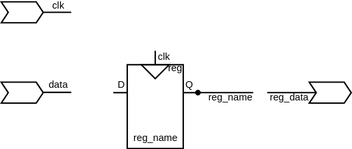
Earlier version of the draw.io export .pic/Basic Verilog structures/registers/fig_03.drawio.svg (MPSU/APS). Source tidied: cells renumbered, new cells last; positions are measured from the earlier drawing's top-left corner, leaving out a move shared by most shapes. The source it was exported from:
```xml
<mxGraphModel>
  <root>
    <mxCell id="0" />
    <mxCell id="1" parent="0" />
    <mxCell id="2" value="&lt;font style=&quot;font-size: 7px;&quot;&gt;reg_name&lt;/font&gt;" style="rounded=0;whiteSpace=wrap;html=1;verticalAlign=bottom;spacingBottom=0;fillColor=none;" parent="1" vertex="1">
      <mxGeometry x="89.5" y="45" width="40" height="60" as="geometry" />
    </mxCell>
    <mxCell id="3" value="reg" style="text;html=1;strokeColor=none;fillColor=none;align=center;verticalAlign=middle;whiteSpace=wrap;rounded=0;fontSize=7;" parent="1" vertex="1">
      <mxGeometry x="116.5" y="44" width="14" height="8" as="geometry" />
    </mxCell>
    <mxCell id="4" style="endArrow=none;html=1;rounded=0;fontSize=7;" parent="1" edge="1">
      <mxGeometry relative="1" as="geometry">
        <mxPoint x="89.5" y="65" as="sourcePoint" />
        <mxPoint x="79.5" y="65" as="targetPoint" />
      </mxGeometry>
    </mxCell>
    <mxCell id="5" style="endArrow=none;html=1;rounded=0;fontSize=7;" parent="1" edge="1">
      <mxGeometry relative="1" as="geometry">
        <mxPoint x="139.5" y="65" as="sourcePoint" />
        <mxPoint x="129.5" y="65" as="targetPoint" />
      </mxGeometry>
    </mxCell>
    <mxCell id="6" style="endArrow=none;html=1;rounded=0;fontSize=7;" parent="1" edge="1">
      <mxGeometry relative="1" as="geometry">
        <mxPoint x="109.5" y="45" as="sourcePoint" />
        <mxPoint x="109.5" y="35" as="targetPoint" />
      </mxGeometry>
    </mxCell>
    <mxCell id="7" style="triangle;whiteSpace=wrap;html=1;fontSize=7;rotation=90;fillColor=none;" parent="1" vertex="1">
      <mxGeometry x="104.5" y="40" width="10" height="20" as="geometry" />
    </mxCell>
    <mxCell id="8" value="D" style="text;html=1;strokeColor=none;fillColor=none;align=center;verticalAlign=middle;whiteSpace=wrap;rounded=0;fontSize=7;" parent="1" vertex="1">
      <mxGeometry x="82.5" y="55" width="5" height="10" as="geometry" />
    </mxCell>
    <mxCell id="9" value="Q" style="text;html=1;strokeColor=none;fillColor=none;align=center;verticalAlign=middle;whiteSpace=wrap;rounded=0;fontSize=7;" parent="1" vertex="1">
      <mxGeometry x="130.5" y="55" width="6" height="10" as="geometry" />
    </mxCell>
    <mxCell id="10" value="clk" style="text;html=1;strokeColor=none;fillColor=none;align=center;verticalAlign=middle;whiteSpace=wrap;rounded=0;fontSize=7;" parent="1" vertex="1">
      <mxGeometry x="110.5" y="35" width="10" height="10" as="geometry" />
    </mxCell>
    <mxCell id="11" style="endArrow=none;html=1;rounded=0;fontSize=7;startArrow=oval;startFill=1;startSize=3;" parent="1" edge="1">
      <mxGeometry relative="1" as="geometry">
        <mxPoint x="140" y="65" as="sourcePoint" />
        <mxPoint x="179.5" y="65" as="targetPoint" />
      </mxGeometry>
    </mxCell>
    <mxCell id="12" value="&lt;font style=&quot;font-size: 7px;&quot;&gt;reg_name&lt;/font&gt;" style="edgeLabel;html=1;align=center;verticalAlign=middle;fontSize=7;labelBackgroundColor=none;" parent="11" vertex="1">
      <mxGeometry x="0.13" relative="1" as="geometry">
        <mxPoint y="3" as="offset" />
      </mxGeometry>
    </mxCell>
    <mxCell id="13" style="shape=step;perimeter=stepPerimeter;whiteSpace=wrap;html=1;fixedSize=1;labelBackgroundColor=#CB9EFF;fontSize=7;fillColor=none;size=5;" parent="1" vertex="1">
      <mxGeometry x="-0.5" width="30" height="15" as="geometry" />
    </mxCell>
    <mxCell id="14" style="shape=step;perimeter=stepPerimeter;whiteSpace=wrap;html=1;fixedSize=1;labelBackgroundColor=#CB9EFF;fontSize=7;fillColor=none;size=5;" parent="1" vertex="1">
      <mxGeometry x="-0.5" y="57.5" width="30" height="15" as="geometry" />
    </mxCell>
    <mxCell id="15" style="endArrow=none;html=1;rounded=0;fontSize=7;" parent="1" edge="1">
      <mxGeometry relative="1" as="geometry">
        <mxPoint x="49.5" y="64.8" as="sourcePoint" />
        <mxPoint x="29.5" y="64.8" as="targetPoint" />
      </mxGeometry>
    </mxCell>
    <mxCell id="16" value="data" style="edgeLabel;html=1;align=center;verticalAlign=middle;fontSize=7;labelBackgroundColor=none;" parent="15" vertex="1">
      <mxGeometry x="0.2" relative="1" as="geometry">
        <mxPoint x="2" y="-5" as="offset" />
      </mxGeometry>
    </mxCell>
    <mxCell id="17" style="endArrow=none;html=1;rounded=0;fontSize=7;" parent="1" edge="1">
      <mxGeometry relative="1" as="geometry">
        <mxPoint x="29.5" y="7.5" as="sourcePoint" />
        <mxPoint x="49.5" y="7.5" as="targetPoint" />
      </mxGeometry>
    </mxCell>
    <mxCell id="18" value="&lt;div&gt;clk&lt;/div&gt;" style="edgeLabel;html=1;align=center;verticalAlign=middle;fontSize=7;labelBackgroundColor=none;" parent="17" vertex="1">
      <mxGeometry x="0.4" y="-1" relative="1" as="geometry">
        <mxPoint x="-4" y="-6" as="offset" />
      </mxGeometry>
    </mxCell>
    <mxCell id="19" style="shape=step;perimeter=stepPerimeter;whiteSpace=wrap;html=1;fixedSize=1;labelBackgroundColor=#CB9EFF;fontSize=7;fillColor=none;size=5;" parent="1" vertex="1">
      <mxGeometry x="219.5" y="57.5" width="30" height="15" as="geometry" />
    </mxCell>
    <mxCell id="20" style="endArrow=none;html=1;rounded=0;fontSize=7;" parent="1" edge="1">
      <mxGeometry relative="1" as="geometry">
        <mxPoint x="224.5" y="65" as="sourcePoint" />
        <mxPoint x="189.5" y="65" as="targetPoint" />
      </mxGeometry>
    </mxCell>
    <mxCell id="21" value="reg_data" style="edgeLabel;html=1;align=center;verticalAlign=middle;fontSize=7;labelBackgroundColor=none;" parent="20" vertex="1">
      <mxGeometry x="0.2" relative="1" as="geometry">
        <mxPoint x="1" y="3" as="offset" />
      </mxGeometry>
    </mxCell>
  </root>
</mxGraphModel>
```
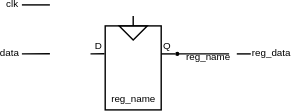
The same diagram one commit later.

What changed in the source:
```diff
@@ -3,93 +3,73 @@
     <mxCell id="0" />
     <mxCell id="1" parent="0" />
     <mxCell id="2" value="&lt;font style=&quot;font-size: 7px;&quot;&gt;reg_name&lt;/font&gt;" style="rounded=0;whiteSpace=wrap;html=1;verticalAlign=bottom;spacingBottom=0;fillColor=none;" parent="1" vertex="1">
-      <mxGeometry x="89.5" y="45" width="40" height="60" as="geometry" />
+      <mxGeometry x="95.5" y="7" width="40" height="60" as="geometry" />
     </mxCell>
-    <mxCell id="3" value="reg" style="text;html=1;strokeColor=none;fillColor=none;align=center;verticalAlign=middle;whiteSpace=wrap;rounded=0;fontSize=7;" parent="1" vertex="1">
-      <mxGeometry x="116.5" y="44" width="14" height="8" as="geometry" />
+    <mxCell id="3" style="endArrow=none;html=1;rounded=0;fontSize=7;" parent="1" edge="1">
+      <mxGeometry relative="1" as="geometry">
+        <mxPoint x="145.5" y="27" as="sourcePoint" />
+        <mxPoint x="135.5" y="27" as="targetPoint" />
+      </mxGeometry>
     </mxCell>
-    <mxCell id="4" style="endArrow=none;html=1;rounded=0;fontSize=7;" parent="1" edge="1">
+    <mxCell id="4" style="edgeStyle=orthogonalEdgeStyle;rounded=0;orthogonalLoop=1;jettySize=auto;html=1;endArrow=none;endFill=0;" parent="1" edge="1">
       <mxGeometry relative="1" as="geometry">
-        <mxPoint x="89.5" y="65" as="sourcePoint" />
-        <mxPoint x="79.5" y="65" as="targetPoint" />
+        <mxPoint x="56" y="-8" as="sourcePoint" />
+        <mxPoint x="36" y="-8" as="targetPoint" />
+        <Array as="points">
+          <mxPoint x="46" y="-8" />
+          <mxPoint x="46" y="-8" />
+        </Array>
       </mxGeometry>
     </mxCell>
-    <mxCell id="5" style="endArrow=none;html=1;rounded=0;fontSize=7;" parent="1" edge="1">
+    <mxCell id="5" style="edgeStyle=orthogonalEdgeStyle;rounded=0;jettySize=auto;html=1;exitX=0;exitY=0.5;exitDx=0;exitDy=0;endArrow=none;endFill=0;" parent="1" edge="1" source="6">
       <mxGeometry relative="1" as="geometry">
-        <mxPoint x="139.5" y="65" as="sourcePoint" />
-        <mxPoint x="129.5" y="65" as="targetPoint" />
+        <mxPoint x="115.5" as="targetPoint" />
       </mxGeometry>
     </mxCell>
-    <mxCell id="6" style="endArrow=none;html=1;rounded=0;fontSize=7;" parent="1" edge="1">
-      <mxGeometry relative="1" as="geometry">
-        <mxPoint x="109.5" y="45" as="sourcePoint" />
-        <mxPoint x="109.5" y="35" as="targetPoint" />
-      </mxGeometry>
+    <mxCell id="6" style="triangle;whiteSpace=wrap;html=1;fontSize=7;rotation=90;fillColor=none;" parent="1" vertex="1">
+      <mxGeometry x="110.5" y="2" width="10" height="20" as="geometry" />
     </mxCell>
-    <mxCell id="7" style="triangle;whiteSpace=wrap;html=1;fontSize=7;rotation=90;fillColor=none;" parent="1" vertex="1">
-      <mxGeometry x="104.5" y="40" width="10" height="20" as="geometry" />
+    <mxCell id="7" value="Q" style="text;html=1;strokeColor=none;fillColor=none;align=center;verticalAlign=middle;whiteSpace=wrap;rounded=0;fontSize=7;" parent="1" vertex="1">
+      <mxGeometry x="136.5" y="17" width="6" height="10" as="geometry" />
     </mxCell>
-    <mxCell id="8" value="D" style="text;html=1;strokeColor=none;fillColor=none;align=center;verticalAlign=middle;whiteSpace=wrap;rounded=0;fontSize=7;" parent="1" vertex="1">
-      <mxGeometry x="82.5" y="55" width="5" height="10" as="geometry" />
+    <mxCell id="8" style="endArrow=none;html=1;rounded=0;fontSize=7;startArrow=oval;startFill=1;endSize=6;startSize=2;" parent="1" edge="1">
+      <mxGeometry relative="1" as="geometry">
+        <mxPoint x="147" y="27" as="sourcePoint" />
+        <mxPoint x="184" y="27" as="targetPoint" />
+      </mxGeometry>
     </mxCell>
-    <mxCell id="9" value="Q" style="text;html=1;strokeColor=none;fillColor=none;align=center;verticalAlign=middle;whiteSpace=wrap;rounded=0;fontSize=7;" parent="1" vertex="1">
-      <mxGeometry x="130.5" y="55" width="6" height="10" as="geometry" />
+    <mxCell id="9" style="endArrow=none;html=1;rounded=0;fontSize=7;" parent="1" edge="1">
+      <mxGeometry relative="1" as="geometry">
+        <mxPoint x="189.5" y="27" as="sourcePoint" />
+        <mxPoint x="199.5" y="27" as="targetPoint" />
+      </mxGeometry>
     </mxCell>
-    <mxCell id="10" value="clk" style="text;html=1;strokeColor=none;fillColor=none;align=center;verticalAlign=middle;whiteSpace=wrap;rounded=0;fontSize=7;" parent="1" vertex="1">
-      <mxGeometry x="110.5" y="35" width="10" height="10" as="geometry" />
+    <mxCell id="10" value="reg_data" style="edgeLabel;html=1;align=center;verticalAlign=middle;fontSize=7;labelBackgroundColor=none;" parent="1" vertex="1">
+      <mxGeometry x="214" y="27" as="geometry" />
     </mxCell>
-    <mxCell id="11" style="endArrow=none;html=1;rounded=0;fontSize=7;startArrow=oval;startFill=1;startSize=3;" parent="1" edge="1">
-      <mxGeometry relative="1" as="geometry">
-        <mxPoint x="140" y="65" as="sourcePoint" />
-        <mxPoint x="179.5" y="65" as="targetPoint" />
-      </mxGeometry>
+    <mxCell id="11" value="data" style="edgeLabel;html=1;align=center;verticalAlign=middle;fontSize=7;labelBackgroundColor=none;" parent="1" vertex="1">
+      <mxGeometry x="27" y="27" as="geometry" />
     </mxCell>
-    <mxCell id="12" value="&lt;font style=&quot;font-size: 7px;&quot;&gt;reg_name&lt;/font&gt;" style="edgeLabel;html=1;align=center;verticalAlign=middle;fontSize=7;labelBackgroundColor=none;" parent="11" vertex="1">
-      <mxGeometry x="0.13" relative="1" as="geometry">
-        <mxPoint y="3" as="offset" />
-      </mxGeometry>
+    <mxCell id="12" value="clk" style="edgeLabel;html=1;align=center;verticalAlign=middle;fontSize=7;labelBackgroundColor=none;" parent="1" vertex="1">
+      <mxGeometry x="29" y="-8" as="geometry" />
     </mxCell>
-    <mxCell id="13" style="shape=step;perimeter=stepPerimeter;whiteSpace=wrap;html=1;fixedSize=1;labelBackgroundColor=#CB9EFF;fontSize=7;fillColor=none;size=5;" parent="1" vertex="1">
-      <mxGeometry x="-0.5" width="30" height="15" as="geometry" />
+    <mxCell id="13" style="edgeStyle=orthogonalEdgeStyle;rounded=0;orthogonalLoop=1;jettySize=auto;html=1;exitX=0;exitY=0.75;exitDx=0;exitDy=0;exitPerimeter=0;endArrow=none;endFill=0;" parent="1" edge="1">
+      <mxGeometry relative="1" as="geometry">
+        <mxPoint x="56" y="26.9" as="sourcePoint" />
+        <mxPoint x="36" y="26.9" as="targetPoint" />
+      </mxGeometry>
     </mxCell>
-    <mxCell id="14" style="shape=step;perimeter=stepPerimeter;whiteSpace=wrap;html=1;fixedSize=1;labelBackgroundColor=#CB9EFF;fontSize=7;fillColor=none;size=5;" parent="1" vertex="1">
-      <mxGeometry x="-0.5" y="57.5" width="30" height="15" as="geometry" />
+    <mxCell id="14" style="edgeStyle=orthogonalEdgeStyle;rounded=0;orthogonalLoop=1;jettySize=auto;html=1;exitX=0;exitY=0.75;exitDx=0;exitDy=0;exitPerimeter=0;endArrow=none;endFill=0;" parent="1" edge="1">
+      <mxGeometry relative="1" as="geometry">
+        <mxPoint x="95" y="26.9" as="sourcePoint" />
+        <mxPoint x="85" y="26.9" as="targetPoint" />
+      </mxGeometry>
     </mxCell>
-    <mxCell id="15" style="endArrow=none;html=1;rounded=0;fontSize=7;" parent="1" edge="1">
-      <mxGeometry relative="1" as="geometry">
-        <mxPoint x="49.5" y="64.8" as="sourcePoint" />
-        <mxPoint x="29.5" y="64.8" as="targetPoint" />
-      </mxGeometry>
+    <mxCell id="15" value="D" style="text;html=1;strokeColor=none;fillColor=none;align=center;verticalAlign=middle;whiteSpace=wrap;rounded=0;fontSize=7;" parent="1" vertex="1">
+      <mxGeometry x="87.5" y="17" width="6" height="10" as="geometry" />
     </mxCell>
-    <mxCell id="16" value="data" style="edgeLabel;html=1;align=center;verticalAlign=middle;fontSize=7;labelBackgroundColor=none;" parent="15" vertex="1">
-      <mxGeometry x="0.2" relative="1" as="geometry">
-        <mxPoint x="2" y="-5" as="offset" />
-      </mxGeometry>
+    <mxCell id="16" value="&lt;font style=&quot;font-size: 7px;&quot;&gt;reg_name&lt;/font&gt;" style="edgeLabel;html=1;align=center;verticalAlign=middle;fontSize=7;labelBackgroundColor=none;" parent="1" vertex="1">
+      <mxGeometry x="168.9" y="29.9" as="geometry" />
     </mxCell>
-    <mxCell id="17" style="endArrow=none;html=1;rounded=0;fontSize=7;" parent="1" edge="1">
-      <mxGeometry relative="1" as="geometry">
-        <mxPoint x="29.5" y="7.5" as="sourcePoint" />
-        <mxPoint x="49.5" y="7.5" as="targetPoint" />
-      </mxGeometry>
-    </mxCell>
-    <mxCell id="18" value="&lt;div&gt;clk&lt;/div&gt;" style="edgeLabel;html=1;align=center;verticalAlign=middle;fontSize=7;labelBackgroundColor=none;" parent="17" vertex="1">
-      <mxGeometry x="0.4" y="-1" relative="1" as="geometry">
-        <mxPoint x="-4" y="-6" as="offset" />
-      </mxGeometry>
-    </mxCell>
-    <mxCell id="19" style="shape=step;perimeter=stepPerimeter;whiteSpace=wrap;html=1;fixedSize=1;labelBackgroundColor=#CB9EFF;fontSize=7;fillColor=none;size=5;" parent="1" vertex="1">
-      <mxGeometry x="219.5" y="57.5" width="30" height="15" as="geometry" />
-    </mxCell>
-    <mxCell id="20" style="endArrow=none;html=1;rounded=0;fontSize=7;" parent="1" edge="1">
-      <mxGeometry relative="1" as="geometry">
-        <mxPoint x="224.5" y="65" as="sourcePoint" />
-        <mxPoint x="189.5" y="65" as="targetPoint" />
-      </mxGeometry>
-    </mxCell>
-    <mxCell id="21" value="reg_data" style="edgeLabel;html=1;align=center;verticalAlign=middle;fontSize=7;labelBackgroundColor=none;" parent="20" vertex="1">
-      <mxGeometry x="0.2" relative="1" as="geometry">
-        <mxPoint x="1" y="3" as="offset" />
-      </mxGeometry>
-    </mxCell>
   </root>
 </mxGraphModel>
```
